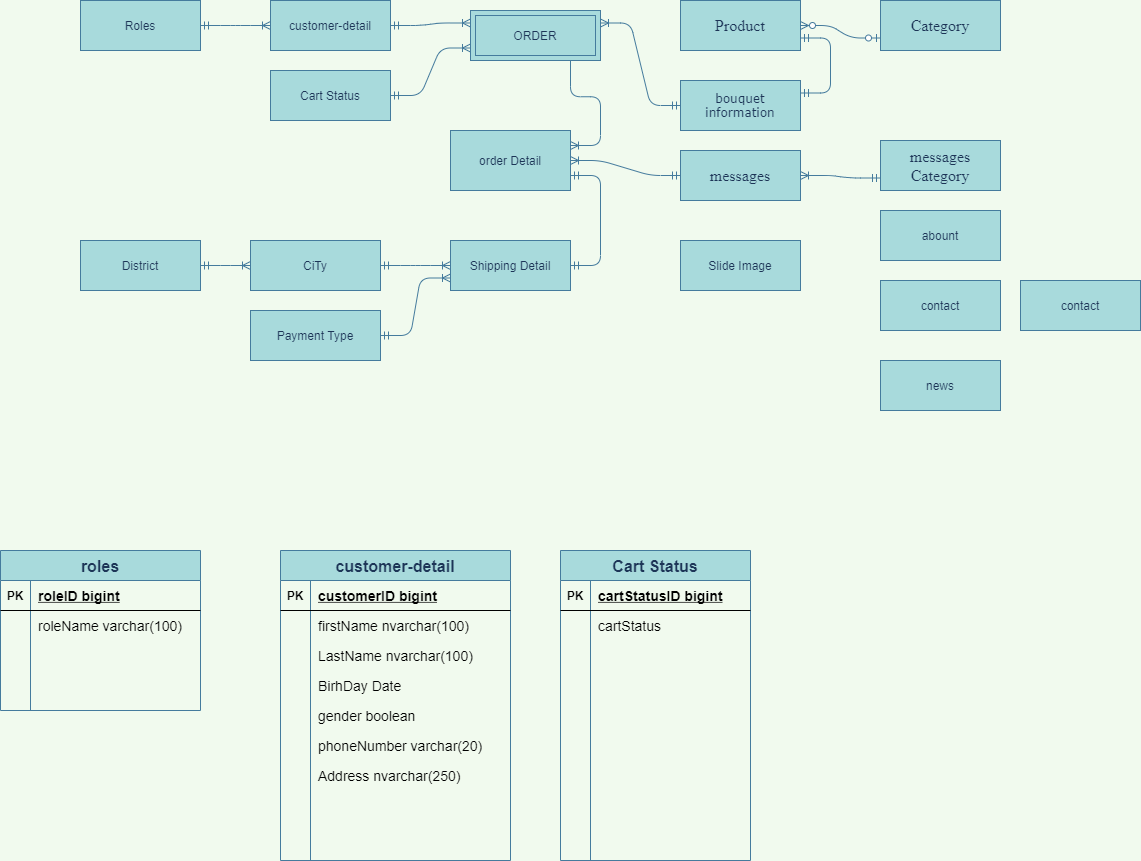
This is Untitled Diagram.png from maialino123/Eproject-SEM3, a draw.io export, as it was before one commit. Source tidied: cells renumbered, new cells last; positions are measured from the earlier drawing's top-left corner, leaving out a move shared by most shapes.
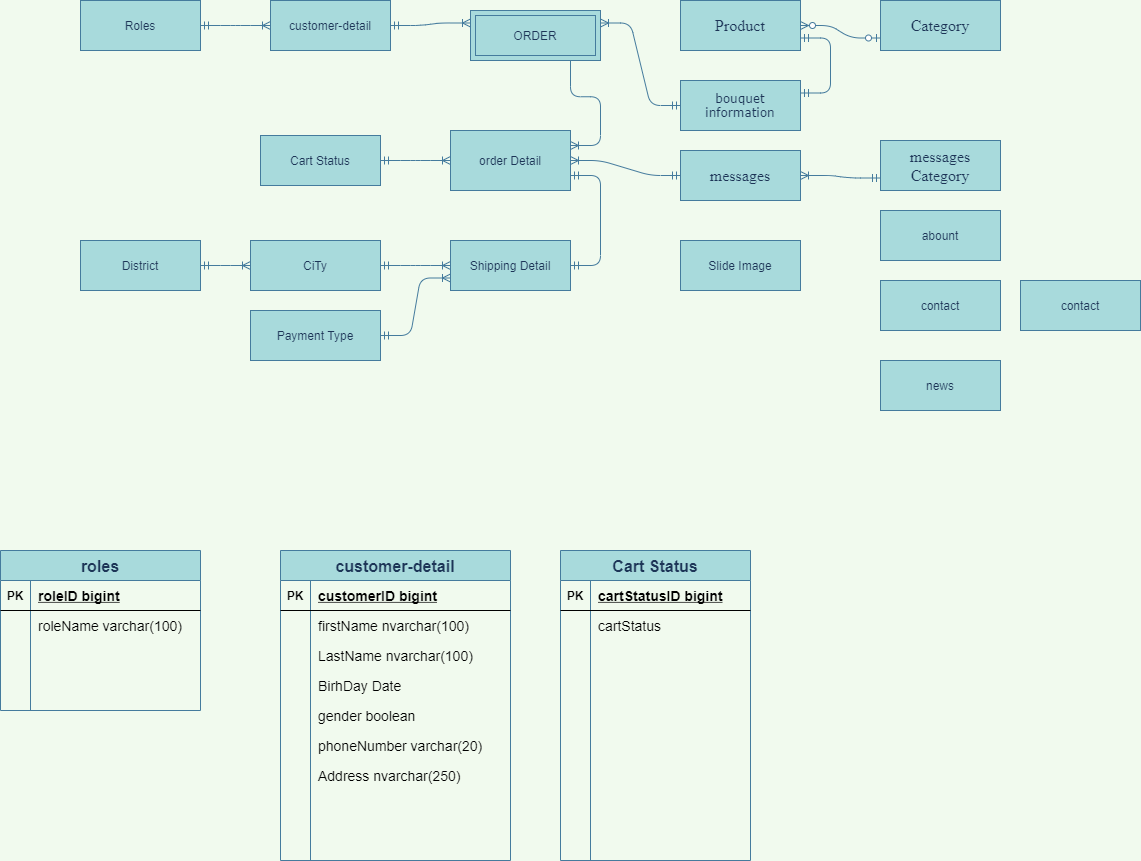
Above is the later version.

The edit, as a diff of the source:
```diff
@@ -39,7 +39,7 @@
       <mxGeometry relative="1" as="geometry" />
     </mxCell>
     <mxCell id="14" value="Cart Status" style="whiteSpace=wrap;html=1;align=center;rounded=0;sketch=0;fontColor=#1D3557;strokeColor=#457B9D;fillColor=#A8DADC;" parent="1" vertex="1">
-      <mxGeometry x="270" y="70" width="120" height="50" as="geometry" />
+      <mxGeometry x="260" y="135" width="120" height="50" as="geometry" />
     </mxCell>
     <mxCell id="15" value="Roles" style="whiteSpace=wrap;html=1;align=center;rounded=0;sketch=0;fontColor=#1D3557;strokeColor=#457B9D;fillColor=#A8DADC;" parent="1" vertex="1">
       <mxGeometry x="80" width="120" height="50" as="geometry" />
@@ -59,7 +59,7 @@
     <mxCell id="20" style="edgeStyle=entityRelationEdgeStyle;fontSize=12;html=1;endArrow=ERoneToMany;startArrow=ERmandOne;fontColor=#1D3557;strokeColor=#457B9D;fillColor=#A8DADC;entryX=0;entryY=0.5;entryDx=0;entryDy=0;exitX=1;exitY=0.5;exitDx=0;exitDy=0;labelBackgroundColor=#F1FAEE;" parent="1" edge="1" source="15" target="2">
       <mxGeometry relative="1" as="geometry" />
     </mxCell>
-    <mxCell id="21" style="edgeStyle=entityRelationEdgeStyle;fontSize=12;html=1;endArrow=ERoneToMany;startArrow=ERmandOne;fontColor=#1D3557;strokeColor=#457B9D;fillColor=#A8DADC;entryX=0;entryY=0.75;entryDx=0;entryDy=0;exitX=1;exitY=0.5;exitDx=0;exitDy=0;labelBackgroundColor=#F1FAEE;" parent="1" edge="1" source="14" target="24">
+    <mxCell id="21" style="edgeStyle=entityRelationEdgeStyle;fontSize=12;html=1;endArrow=ERoneToMany;startArrow=ERmandOne;fontColor=#1D3557;strokeColor=#457B9D;fillColor=#A8DADC;entryX=0;entryY=0.5;entryDx=0;entryDy=0;exitX=1;exitY=0.5;exitDx=0;exitDy=0;labelBackgroundColor=#F1FAEE;" parent="1" edge="1" source="14" target="16">
       <mxGeometry relative="1" as="geometry" />
     </mxCell>
     <mxCell id="22" style="edgeStyle=entityRelationEdgeStyle;fontSize=12;html=1;endArrow=ERoneToMany;startArrow=ERmandOne;fontColor=#1D3557;strokeColor=#457B9D;fillColor=#A8DADC;exitX=1;exitY=0.75;exitDx=0;exitDy=0;labelBackgroundColor=#F1FAEE;entryX=1;entryY=0.25;entryDx=0;entryDy=0;" parent="1" edge="1" source="24" target="16">
```
